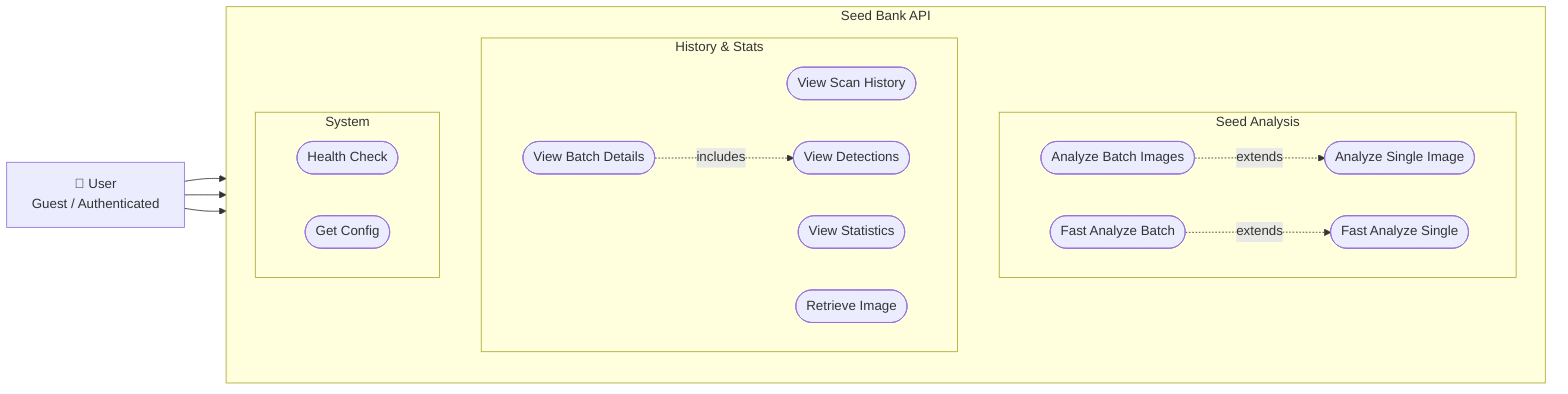
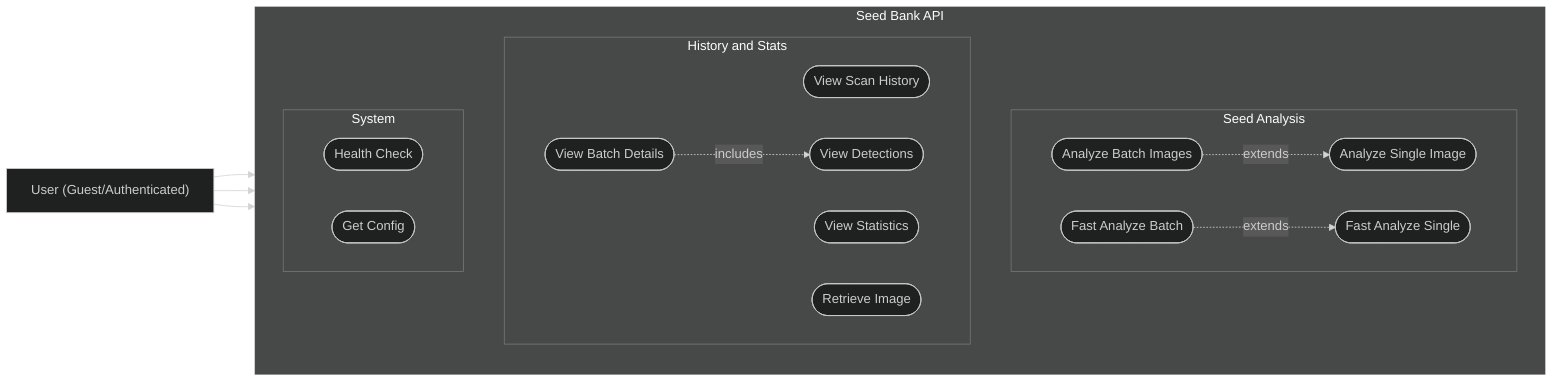
+ ---
+ config:
+   theme: dark
+   layout: dagre
+ ---
flowchart LR
    %% Actor (Guest or Authenticated - same permissions)
-     User[👤 User<br/>Guest / Authenticated]
+     User["User (Guest/Authenticated)"]

    subgraph SeedBank["Seed Bank API"]
        direction TB

        subgraph Analysis["Seed Analysis"]
-             UC01([Analyze Single Image])
-             UC02([Analyze Batch Images])
-             UC03([Fast Analyze Single])
-             UC04([Fast Analyze Batch])
+             UC01(["Analyze Single Image"])
+             UC02(["Analyze Batch Images"])
+             UC03(["Fast Analyze Single"])
+             UC04(["Fast Analyze Batch"])
        end

-         subgraph History["History & Stats"]
-             UC05([View Scan History])
-             UC06([View Batch Details])
-             UC07([View Detections])
-             UC08([View Statistics])
-             UC09([Retrieve Image])
+         subgraph History["History and Stats"]
+             UC05(["View Scan History"])
+             UC06(["View Batch Details"])
+             UC07(["View Detections"])
+             UC08(["View Statistics"])
+             UC09(["Retrieve Image"])
        end

        subgraph System["System"]
-             UC10([Health Check])
-             UC11([Get Config])
+             UC10(["Health Check"])
+             UC11(["Get Config"])
        end
    end

    User --> Analysis
    User --> History
    User --> System

    %% Relationships
    UC02 -.->|extends| UC01
    UC04 -.->|extends| UC03
    UC06 -.->|includes| UC07
